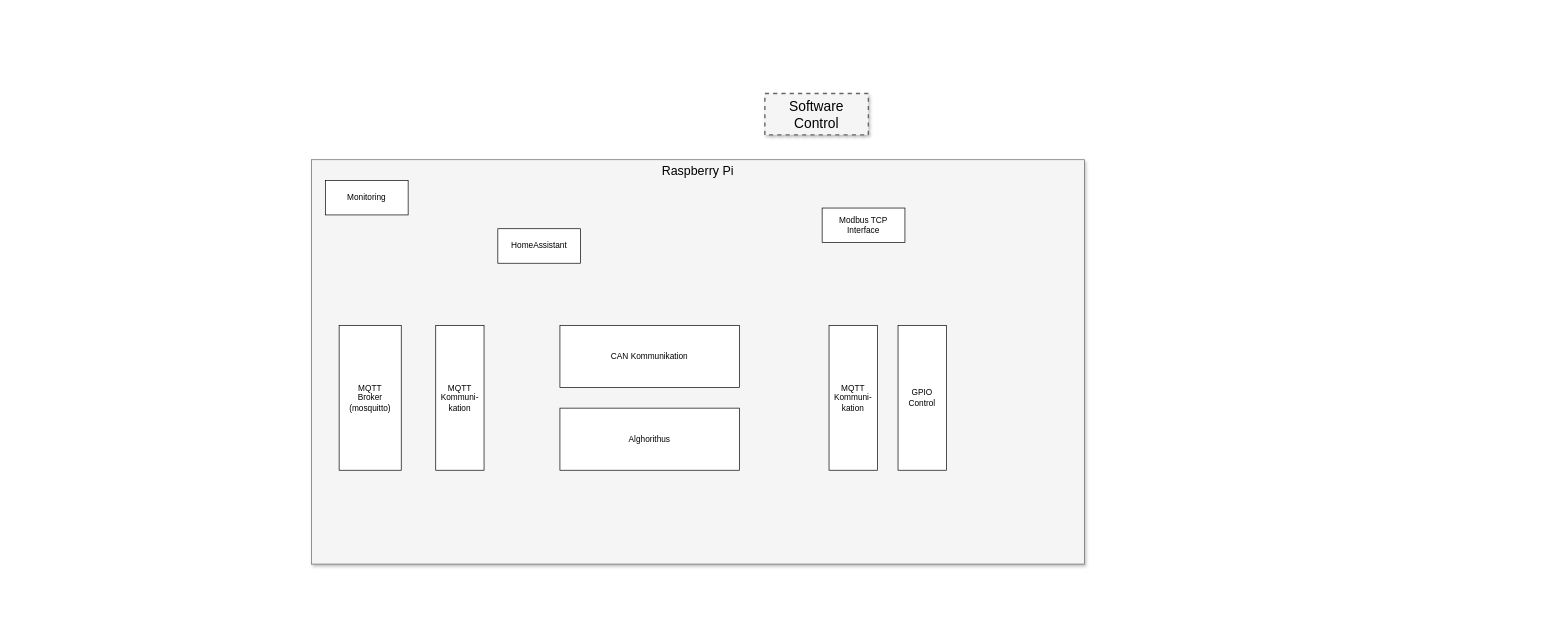
Above: system-overview.drawio in SunshadeCorp/EasyBMS-master (draw.io), before the change. Source tidied: cells renumbered, new cells numbered last; positions are measured from the earlier drawing's top-left corner, leaving out a move shared by most shapes. Both pictures are drawn from the tidied source at 69%, with x=0, y=0 at pixel (311, 93).
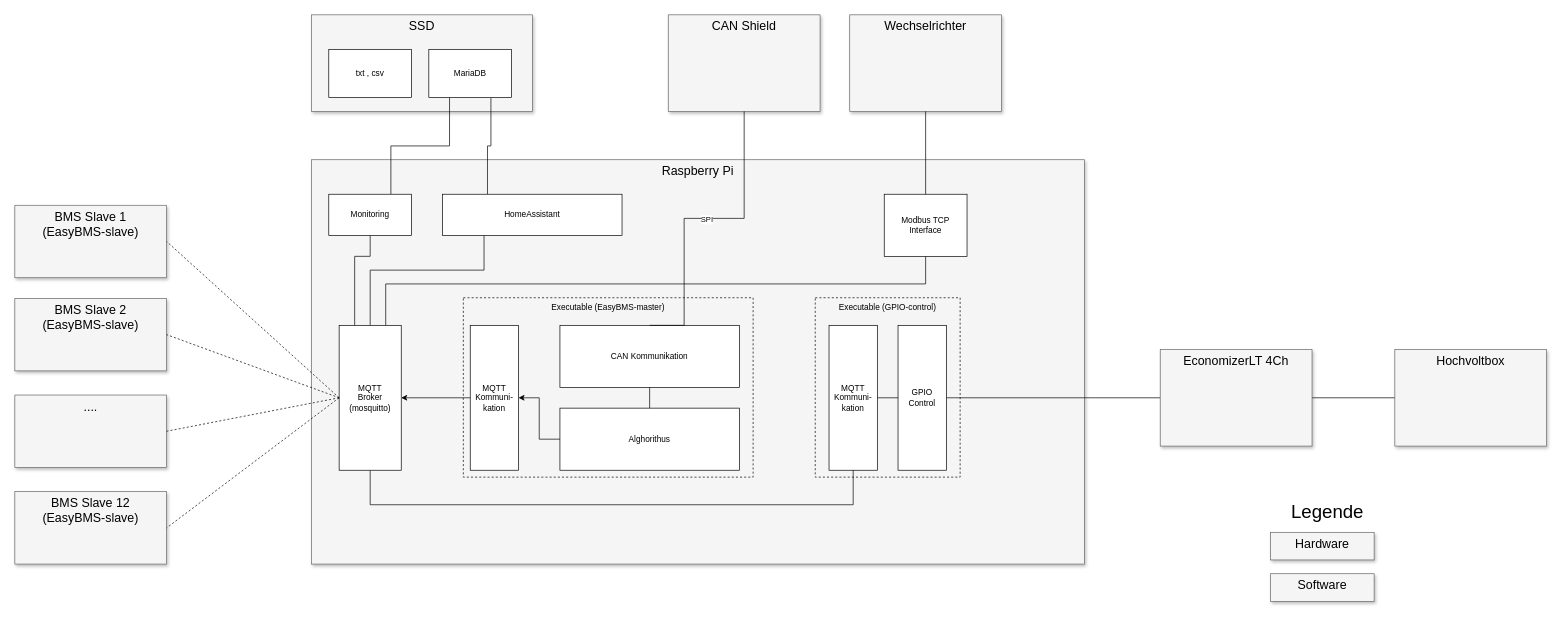
The same diagram, later.

Commit message:
All elements added

The change refers to these unchanged cells:
```xml
<mxCell id="6" value="CAN Kommunikation" style="rounded=0;whiteSpace=wrap;html=1;" parent="1" vertex="1">
  <mxGeometry x="360" y="336" width="260" height="90" as="geometry" />
</mxCell>
<mxCell id="7" value="Alghorithus" style="rounded=0;whiteSpace=wrap;html=1;" parent="1" vertex="1">
  <mxGeometry x="360" y="456" width="260" height="90" as="geometry" />
</mxCell>
<mxCell id="8" value="MQTT&lt;br&gt;Kommuni-kation" style="rounded=0;whiteSpace=wrap;html=1;" parent="1" vertex="1">
  <mxGeometry x="750" y="336" width="70" height="210" as="geometry" />
</mxCell>
<mxCell id="9" value="GPIO Control" style="rounded=0;whiteSpace=wrap;html=1;" parent="1" vertex="1">
  <mxGeometry x="850" y="336" width="70" height="210" as="geometry" />
</mxCell>
<mxCell id="12" value="&lt;div&gt;MQTT&lt;/div&gt;&lt;div&gt;Broker&lt;/div&gt;&lt;div&gt;(mosquitto)&lt;br&gt;&lt;/div&gt;" style="rounded=0;whiteSpace=wrap;html=1;" parent="1" vertex="1">
  <mxGeometry x="40" y="336" width="90" height="210" as="geometry" />
</mxCell>
```

Change to the diagram source:
```diff
@@
-    <mxCell id="2" value="Software Control" style="whiteSpace=wrap;html=1;shadow=1;fontSize=20;fillColor=#f5f5f5;strokeColor=#666666;strokeWidth=2;dashed=1;" parent="1" vertex="1">
-      <mxGeometry x="657" width="150" height="60" as="geometry" />
-    </mxCell>
+    <mxCell id="13" value="CAN Shield" style="whiteSpace=wrap;html=1;shadow=1;fontSize=18;fillColor=#f5f5f5;strokeColor=#666666;verticalAlign=top;" parent="1" vertex="1">
+      <mxGeometry x="517" y="-114" width="220" height="140" as="geometry" />
+    </mxCell>
+    <mxCell id="14" value="Wechselrichter" style="whiteSpace=wrap;html=1;shadow=1;fontSize=18;fillColor=#f5f5f5;strokeColor=#666666;verticalAlign=top;" parent="1" vertex="1">
+      <mxGeometry x="780" y="-114" width="220" height="140" as="geometry" />
+    </mxCell>
+    <mxCell id="15" value="SSD" style="whiteSpace=wrap;html=1;shadow=1;fontSize=18;fillColor=#f5f5f5;strokeColor=#666666;verticalAlign=top;" parent="1" vertex="1">
+      <mxGeometry y="-114" width="320" height="140" as="geometry" />
+    </mxCell>
@@
+    <mxCell id="16" value="&lt;div&gt;Executable (GPIO-control)&lt;/div&gt;" style="rounded=0;whiteSpace=wrap;html=1;verticalAlign=top;dashed=1;fillColor=none;" parent="1" vertex="1">
+      <mxGeometry x="730" y="296" width="210" height="260" as="geometry" />
+    </mxCell>
+    <mxCell id="17" value="Executable (EasyBMS-master)" style="rounded=0;whiteSpace=wrap;html=1;verticalAlign=top;dashed=1;fillColor=none;" parent="1" vertex="1">
+      <mxGeometry x="220" y="296" width="420" height="260" as="geometry" />
+    </mxCell>
+    <mxCell id="18" style="edgeStyle=orthogonalEdgeStyle;rounded=0;jettySize=auto;html=1;exitX=0.75;exitY=0;exitDx=0;exitDy=0;entryX=0.25;entryY=1;entryDx=0;entryDy=0;fontSize=27;endArrow=none;endFill=0;" parent="1" edge="1" source="4" target="38">
+      <mxGeometry relative="1" as="geometry" />
+    </mxCell>
     <mxCell id="4" value="Monitoring" style="rounded=0;whiteSpace=wrap;html=1;" parent="1" vertex="1">
-      <mxGeometry x="20" y="126" width="120" height="50" as="geometry" />
+      <mxGeometry x="25" y="146" width="120" height="60" as="geometry" />
     </mxCell>
+    <mxCell id="19" style="edgeStyle=orthogonalEdgeStyle;rounded=0;jettySize=auto;html=1;exitX=0.25;exitY=0;exitDx=0;exitDy=0;entryX=0.75;entryY=1;entryDx=0;entryDy=0;fontSize=27;endArrow=none;endFill=0;" parent="1" edge="1" source="5" target="38">
+      <mxGeometry relative="1" as="geometry" />
+    </mxCell>
     <mxCell id="5" value="HomeAssistant" style="rounded=0;whiteSpace=wrap;html=1;" parent="1" vertex="1">
-      <mxGeometry x="270" y="196" width="120" height="50" as="geometry" />
+      <mxGeometry x="190" y="146" width="260" height="60" as="geometry" />
     </mxCell>
@@
+    <mxCell id="20" style="edgeStyle=orthogonalEdgeStyle;rounded=0;jettySize=auto;html=1;exitX=0;exitY=0.5;exitDx=0;exitDy=0;entryX=1;entryY=0.5;entryDx=0;entryDy=0;" parent="1" edge="1" source="7" target="10">
+      <mxGeometry relative="1" as="geometry" />
+    </mxCell>
@@
+    <mxCell id="21" style="edgeStyle=orthogonalEdgeStyle;rounded=0;jettySize=auto;html=1;exitX=1;exitY=0.5;exitDx=0;exitDy=0;entryX=0;entryY=0.5;entryDx=0;entryDy=0;endArrow=none;endFill=0;" parent="1" edge="1" source="8" target="9">
+      <mxGeometry relative="1" as="geometry" />
+    </mxCell>
@@
+    <mxCell id="22" style="edgeStyle=orthogonalEdgeStyle;rounded=0;jettySize=auto;html=1;exitX=1;exitY=0.5;exitDx=0;exitDy=0;entryX=0;entryY=0.5;entryDx=0;entryDy=0;endArrow=none;endFill=0;" parent="1" edge="1" source="9" target="33">
+      <mxGeometry relative="1" as="geometry" />
+    </mxCell>
@@
+    <mxCell id="23" style="edgeStyle=orthogonalEdgeStyle;rounded=0;jettySize=auto;html=1;exitX=0;exitY=0.5;exitDx=0;exitDy=0;entryX=1;entryY=0.5;entryDx=0;entryDy=0;" parent="1" edge="1" source="10" target="12">
+      <mxGeometry relative="1" as="geometry" />
+    </mxCell>
     <mxCell id="10" value="MQTT&lt;br&gt;Kommuni-kation" style="rounded=0;whiteSpace=wrap;html=1;" parent="1" vertex="1">
-      <mxGeometry x="180" y="336" width="70" height="210" as="geometry" />
+      <mxGeometry x="230" y="336" width="70" height="210" as="geometry" />
     </mxCell>
+    <mxCell id="24" style="edgeStyle=orthogonalEdgeStyle;rounded=0;jettySize=auto;html=1;exitX=0.5;exitY=1;exitDx=0;exitDy=0;entryX=0.75;entryY=0;entryDx=0;entryDy=0;endArrow=none;endFill=0;" parent="1" edge="1" source="11" target="12">
+      <mxGeometry relative="1" as="geometry">
+        <Array as="points">
+          <mxPoint x="890" y="276" />
+          <mxPoint x="108" y="276" />
+        </Array>
+      </mxGeometry>
+    </mxCell>
     <mxCell id="11" value="&lt;div&gt;Modbus TCP&lt;/div&gt;&lt;div&gt;Interface&lt;br&gt;&lt;/div&gt;" style="rounded=0;whiteSpace=wrap;html=1;" parent="1" vertex="1">
-      <mxGeometry x="740" y="166" width="120" height="50" as="geometry" />
+      <mxGeometry x="830" y="146" width="120" height="90" as="geometry" />
     </mxCell>
+    <mxCell id="25" style="edgeStyle=orthogonalEdgeStyle;rounded=0;jettySize=auto;html=1;exitX=0.25;exitY=0;exitDx=0;exitDy=0;entryX=0.5;entryY=1;entryDx=0;entryDy=0;endArrow=none;endFill=0;" parent="1" edge="1" source="12" target="4">
+      <mxGeometry relative="1" as="geometry">
+        <Array as="points">
+          <mxPoint x="63" y="236" />
+          <mxPoint x="85" y="236" />
+        </Array>
+      </mxGeometry>
+    </mxCell>
+    <mxCell id="26" style="edgeStyle=orthogonalEdgeStyle;rounded=0;jettySize=auto;html=1;exitX=0.5;exitY=0;exitDx=0;exitDy=0;endArrow=none;endFill=0;" parent="1" edge="1" source="12" target="5">
+      <mxGeometry relative="1" as="geometry">
+        <Array as="points">
+          <mxPoint x="85" y="256" />
+          <mxPoint x="250" y="256" />
+        </Array>
+      </mxGeometry>
+    </mxCell>
+    <mxCell id="27" style="edgeStyle=orthogonalEdgeStyle;rounded=0;jettySize=auto;html=1;exitX=0.5;exitY=1;exitDx=0;exitDy=0;entryX=0.5;entryY=1;entryDx=0;entryDy=0;endArrow=none;endFill=0;" parent="1" edge="1" source="12" target="8">
+      <mxGeometry relative="1" as="geometry">
+        <Array as="points">
+          <mxPoint x="85" y="596" />
+          <mxPoint x="785" y="596" />
+        </Array>
+      </mxGeometry>
+    </mxCell>
@@
+    <mxCell id="28" style="endArrow=none;html=1;entryX=0.5;entryY=1;entryDx=0;entryDy=0;exitX=0.5;exitY=0;exitDx=0;exitDy=0;" parent="1" edge="1" source="7" target="6">
+      <mxGeometry relative="1" as="geometry" />
+    </mxCell>
+    <mxCell id="29" style="edgeStyle=orthogonalEdgeStyle;rounded=0;jettySize=auto;html=1;exitX=0.5;exitY=1;exitDx=0;exitDy=0;entryX=0.5;entryY=0;entryDx=0;entryDy=0;endArrow=none;endFill=0;" parent="1" edge="1" source="13" target="6">
+      <mxGeometry relative="1" as="geometry">
+        <Array as="points">
+          <mxPoint x="627" y="181" />
+          <mxPoint x="540" y="181" />
+          <mxPoint x="540" y="336" />
+        </Array>
+      </mxGeometry>
+    </mxCell>
+    <mxCell id="30" value="SPI" style="edgeLabel;html=1;align=center;verticalAlign=middle;" parent="29" vertex="1">
+      <mxGeometry x="-0.06" y="1" relative="1" as="geometry" />
+    </mxCell>
+    <mxCell id="31" style="edgeStyle=orthogonalEdgeStyle;rounded=0;jettySize=auto;html=1;endArrow=none;endFill=0;" parent="1" edge="1" source="14" target="11">
+      <mxGeometry relative="1" as="geometry" />
+    </mxCell>
+    <mxCell id="32" style="edgeStyle=orthogonalEdgeStyle;rounded=0;jettySize=auto;html=1;exitX=1;exitY=0.5;exitDx=0;exitDy=0;entryX=0;entryY=0.5;entryDx=0;entryDy=0;endArrow=none;endFill=0;" parent="1" edge="1" source="33" target="34">
+      <mxGeometry relative="1" as="geometry" />
+    </mxCell>
+    <mxCell id="33" value="EconomizerLT 4Ch" style="whiteSpace=wrap;html=1;shadow=1;fontSize=18;fillColor=#f5f5f5;strokeColor=#666666;verticalAlign=top;" parent="1" vertex="1">
+      <mxGeometry x="1230" y="371" width="220" height="140" as="geometry" />
+    </mxCell>
+    <mxCell id="34" value="Hochvoltbox" style="whiteSpace=wrap;html=1;shadow=1;fontSize=18;fillColor=#f5f5f5;strokeColor=#666666;verticalAlign=top;" parent="1" vertex="1">
+      <mxGeometry x="1570" y="371" width="220" height="140" as="geometry" />
+    </mxCell>
+    <mxCell id="35" value="Legende" style="text;html=1;strokeColor=none;fillColor=none;align=center;verticalAlign=middle;whiteSpace=wrap;rounded=0;dashed=1;fontSize=27;" parent="1" vertex="1">
+      <mxGeometry x="1450" y="596" width="45" height="20" as="geometry" />
+    </mxCell>
+    <mxCell id="36" value="Hardware" style="whiteSpace=wrap;html=1;shadow=1;fontSize=18;fillColor=#f5f5f5;strokeColor=#666666;verticalAlign=top;" parent="1" vertex="1">
+      <mxGeometry x="1390" y="636" width="150" height="40" as="geometry" />
+    </mxCell>
+    <mxCell id="37" value="Software" style="whiteSpace=wrap;html=1;shadow=1;fontSize=18;fillColor=#f5f5f5;strokeColor=#666666;verticalAlign=top;" parent="1" vertex="1">
+      <mxGeometry x="1390" y="696" width="150" height="40" as="geometry" />
+    </mxCell>
+    <mxCell id="38" value="MariaDB" style="rounded=0;whiteSpace=wrap;html=1;" parent="1" vertex="1">
+      <mxGeometry x="170" y="-64" width="120" height="70" as="geometry" />
+    </mxCell>
+    <mxCell id="39" value="&lt;div&gt;txt , csv&lt;/div&gt;" style="rounded=0;whiteSpace=wrap;html=1;" parent="1" vertex="1">
+      <mxGeometry x="25" y="-64" width="120" height="70" as="geometry" />
+    </mxCell>
+    <mxCell id="40" value="&lt;div&gt;BMS Slave 1&lt;br&gt;&lt;/div&gt;&lt;div&gt;(EasyBMS-slave)&lt;br&gt;&lt;/div&gt;" style="whiteSpace=wrap;html=1;shadow=1;fontSize=18;fillColor=#f5f5f5;strokeColor=#666666;verticalAlign=top;" parent="1" vertex="1">
+      <mxGeometry x="-430" y="162" width="220" height="105" as="geometry" />
+    </mxCell>
+    <mxCell id="41" value="&lt;div&gt;BMS Slave 2&lt;br&gt;&lt;/div&gt;&lt;div&gt;(EasyBMS-slave)&lt;br&gt;&lt;/div&gt;" style="whiteSpace=wrap;html=1;shadow=1;fontSize=18;fillColor=#f5f5f5;strokeColor=#666666;verticalAlign=top;" parent="1" vertex="1">
+      <mxGeometry x="-430" y="297" width="220" height="105" as="geometry" />
+    </mxCell>
+    <mxCell id="42" value="...." style="whiteSpace=wrap;html=1;shadow=1;fontSize=18;fillColor=#f5f5f5;strokeColor=#666666;verticalAlign=top;" parent="1" vertex="1">
+      <mxGeometry x="-430" y="437" width="220" height="105" as="geometry" />
+    </mxCell>
+    <mxCell id="43" value="&lt;div&gt;BMS Slave 12&lt;br&gt;&lt;/div&gt;&lt;div&gt;(EasyBMS-slave)&lt;br&gt;&lt;/div&gt;" style="whiteSpace=wrap;html=1;shadow=1;fontSize=18;fillColor=#f5f5f5;strokeColor=#666666;verticalAlign=top;" parent="1" vertex="1">
+      <mxGeometry x="-430" y="577" width="220" height="105" as="geometry" />
+    </mxCell>
+    <mxCell id="44" style="endArrow=none;dashed=1;html=1;fontSize=27;entryX=1;entryY=0.5;entryDx=0;entryDy=0;exitX=0;exitY=0.5;exitDx=0;exitDy=0;" parent="1" edge="1" source="12" target="40">
+      <mxGeometry relative="1" as="geometry" />
+    </mxCell>
+    <mxCell id="45" style="endArrow=none;dashed=1;html=1;fontSize=27;entryX=1;entryY=0.5;entryDx=0;entryDy=0;exitX=0;exitY=0.5;exitDx=0;exitDy=0;" parent="1" edge="1" source="12" target="41">
+      <mxGeometry relative="1" as="geometry" />
+    </mxCell>
+    <mxCell id="46" style="endArrow=none;dashed=1;html=1;fontSize=27;entryX=1;entryY=0.5;entryDx=0;entryDy=0;exitX=0;exitY=0.5;exitDx=0;exitDy=0;" parent="1" edge="1" source="12" target="42">
+      <mxGeometry relative="1" as="geometry" />
+    </mxCell>
+    <mxCell id="47" style="endArrow=none;dashed=1;html=1;fontSize=27;entryX=1;entryY=0.5;entryDx=0;entryDy=0;exitX=0;exitY=0.5;exitDx=0;exitDy=0;" parent="1" edge="1" source="12" target="43">
+      <mxGeometry relative="1" as="geometry" />
+    </mxCell>
```
